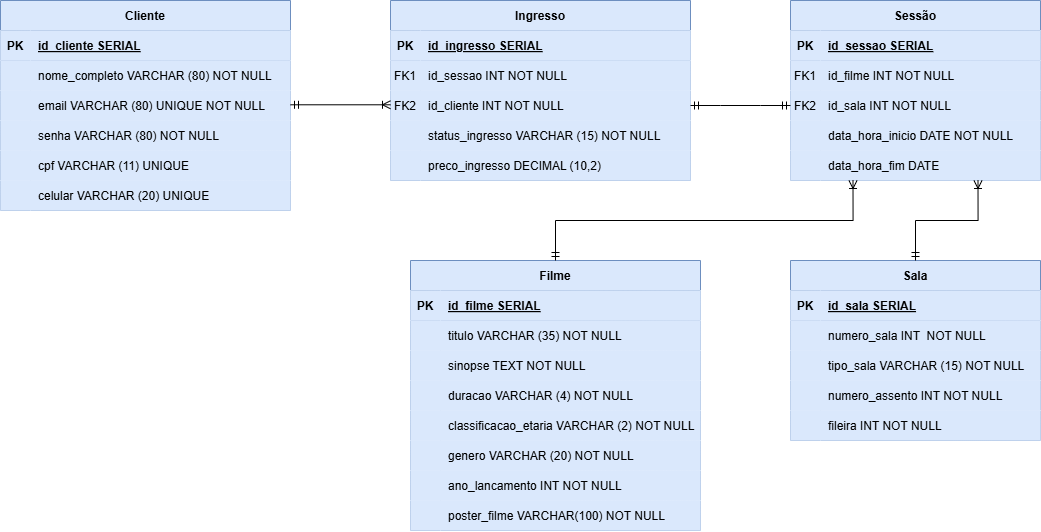
Above: docs/modelagem/DER.drawio.png in jmr230584/backend-Devengers (draw.io), before the change. Source tidied: cells renumbered, new cells last; positions are measured from the earlier drawing's top-left corner, leaving out a move shared by most shapes.
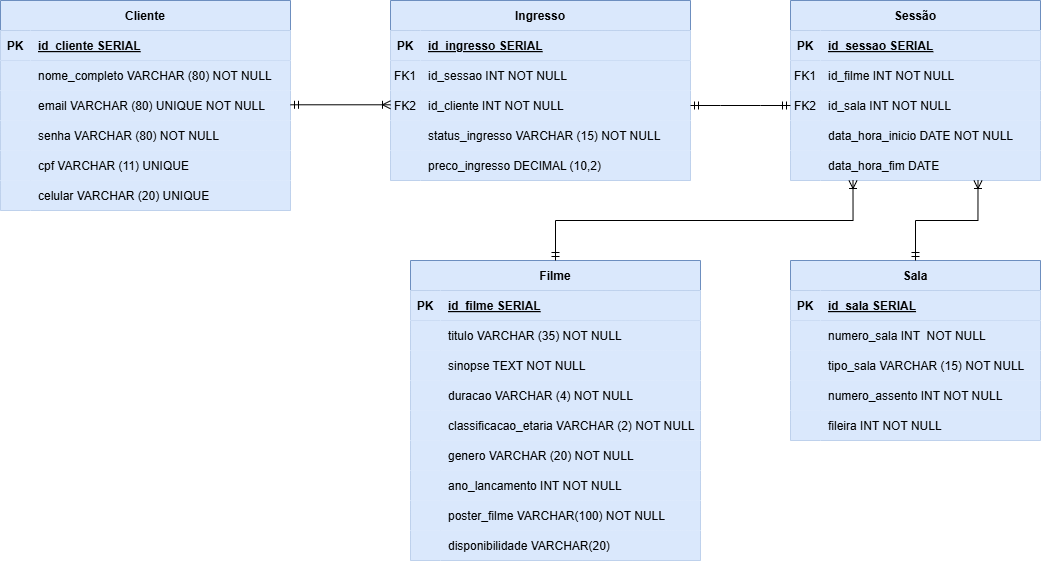
Later version of the same file.

Commit message:
atualizando diagramas

The edit, as a diff of the source:
```diff
@@ -156,7 +156,7 @@
       <mxGeometry x="30" width="260" height="30" as="geometry" />
     </mxCell>
     <mxCell id="53" value="Filme" style="shape=table;startSize=30;rowLines=0;fontStyle=1;align=center;fillColor=#dae8fc;strokeColor=#6c8ebf;" parent="1" vertex="1">
-      <mxGeometry x="410" y="260" width="290" height="270" as="geometry" />
+      <mxGeometry x="410" y="260" width="290" height="300" as="geometry" />
     </mxCell>
     <mxCell id="54" style="shape=partialRectangle;fillColor=#dae8fc;top=0;left=0;right=0;bottom=1;strokeColor=#6c8ebf;" parent="53" vertex="1">
       <mxGeometry y="30" width="290" height="30" as="geometry" />
@@ -230,6 +230,15 @@
     <mxCell id="77" value="poster_filme VARCHAR(100) NOT NULL" style="shape=partialRectangle;overflow=hidden;fillColor=#dae8fc;top=0;left=0;bottom=0;right=0;align=left;spacingLeft=6;strokeColor=#6c8ebf;" parent="75" vertex="1">
       <mxGeometry x="30" width="260" height="30" as="geometry" />
     </mxCell>
+    <mxCell id="98" style="shape=partialRectangle;fillColor=#dae8fc;top=0;left=0;right=0;bottom=0;strokeColor=#6c8ebf;" parent="53" vertex="1">
+      <mxGeometry y="270" width="290" height="30" as="geometry" />
+    </mxCell>
+    <mxCell id="99" style="shape=partialRectangle;overflow=hidden;fillColor=#dae8fc;top=0;left=0;bottom=0;right=0;strokeColor=#6c8ebf;" parent="98" vertex="1">
+      <mxGeometry width="30" height="30" as="geometry" />
+    </mxCell>
+    <mxCell id="100" value="disponibilidade VARCHAR(20)" style="shape=partialRectangle;overflow=hidden;fillColor=#dae8fc;top=0;left=0;bottom=0;right=0;align=left;spacingLeft=6;strokeColor=#6c8ebf;" parent="98" vertex="1">
+      <mxGeometry x="30" width="260" height="30" as="geometry" />
+    </mxCell>
     <mxCell id="78" value="Sala" style="shape=table;startSize=30;rowLines=0;fontStyle=1;align=center;fillColor=#dae8fc;strokeColor=#6c8ebf;" parent="1" vertex="1">
       <mxGeometry x="790" y="260" width="250" height="180" as="geometry" />
     </mxCell>
```
